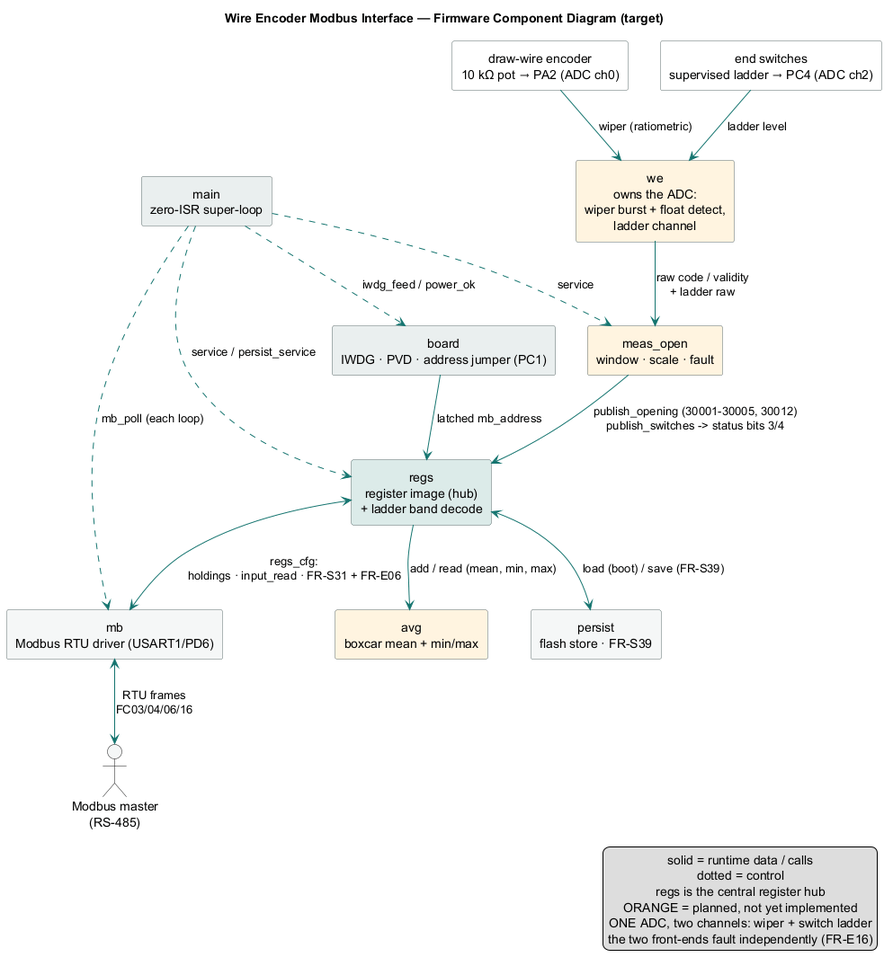
Before: design/diagrams/component.png, a diagram exported from PlantUML (pe1mew/wire-encoder-modbus-interface).
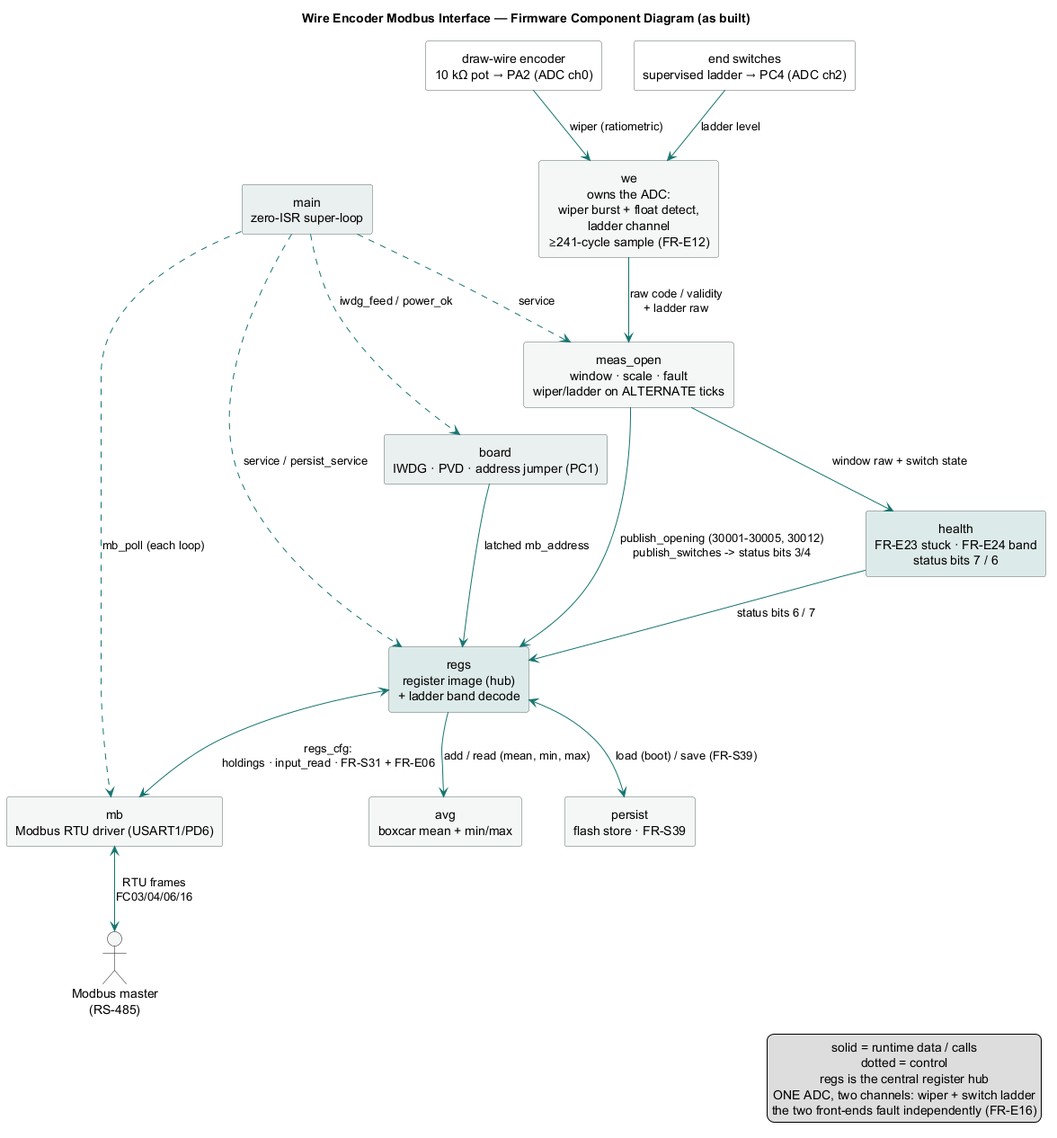
The same diagram one commit later.

What changed in the source:
```diff
@@ -1,5 +1,5 @@
 @startuml component
-title Wire Encoder Modbus Interface — Firmware Component Diagram (target)
+title Wire Encoder Modbus Interface — Firmware Component Diagram (as built)
 
 skinparam componentStyle rectangle
 skinparam shadowing false
@@ -20,10 +20,11 @@
 component "mb\nModbus RTU driver (USART1/PD6)" as mb
 component "regs\nregister image (hub)\n+ ladder band decode" as regs #DCEBE9
 
-component "meas_open\nwindow · scale · fault" as mo #FFF4E0
-component "we\nowns the ADC:\nwiper burst + float detect,\nladder channel" as we #FFF4E0
+component "meas_open\nwindow · scale · fault\nwiper/ladder on ALTERNATE ticks" as mo
+component "we\nowns the ADC:\nwiper burst + float detect,\nladder channel\n≥241-cycle sample (FR-E12)" as we
 
-component "avg\nboxcar mean + min/max" as avg #FFF4E0
+component "avg\nboxcar mean + min/max" as avg
+component "health\nFR-E23 stuck · FR-E24 band\nstatus bits 7 / 6" as health #DCEBE9
 component "persist\nflash store · FR-S39" as persist
 
 enc --> we   : wiper (ratiometric)
@@ -34,6 +35,8 @@
 mb  <--> master : RTU frames\nFC03/04/06/16
 
 regs --> avg : add / read (mean, min, max)
+mo --> health : window raw + switch state
+health --> regs : status bits 6 / 7
 regs <--> persist : load (boot) / save (FR-S39)
 
 main ..> mb    : mb_poll (each loop)
@@ -46,7 +49,6 @@
   solid = runtime data / calls
   dotted = control
   regs is the central register hub
-  ORANGE = planned, not yet implemented
   ONE ADC, two channels: wiper + switch ladder
   the two front-ends fault independently (FR-E16)
 endlegend
```
